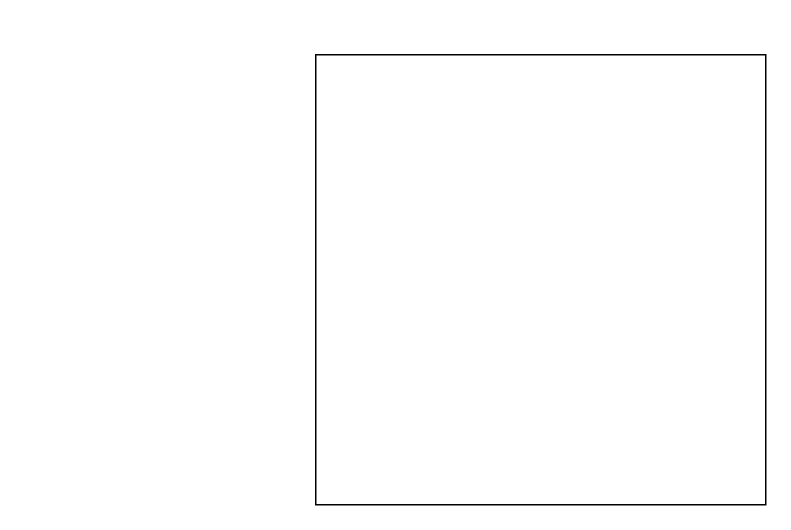
jesusht87/omniSell-API keeps this draw.io diagram as omniSell Diagram.drawio. Above is the earlier version. Source tidied: cells renumbered, new cells numbered last; positions are measured from the earlier drawing's top-left corner, leaving out a move shared by most shapes. Both pictures are drawn from the tidied source at 150%, with x=0, y=0 at pixel (315, 54).
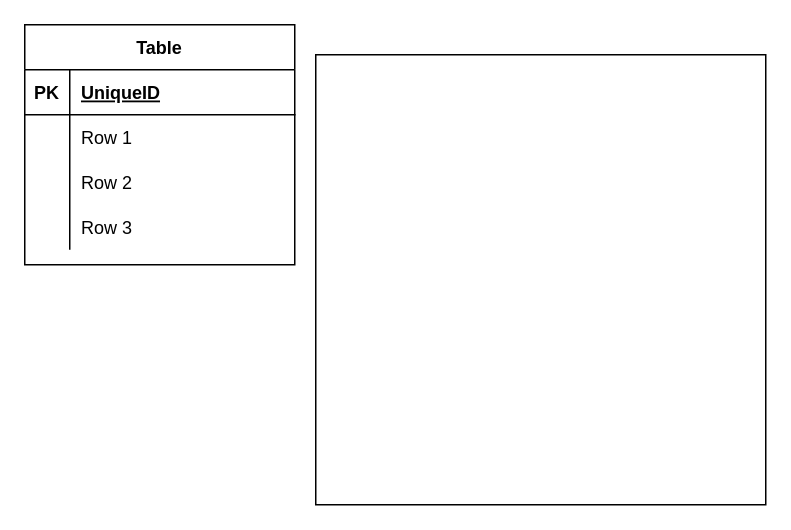
After the change.

Commit message:
Proof of sharing

Diff of the diagram source:
```diff
@@
 <mxGraphModel>
   <root>
     <mxCell id="0" />
     <mxCell id="1" parent="0" />
     <mxCell id="2" style="whiteSpace=wrap;html=1;" parent="1" vertex="1">
       <mxGeometry width="300" height="300" as="geometry" />
     </mxCell>
+    <mxCell id="3" value="Table" style="shape=table;startSize=30;childLayout=tableLayout;rowLines=0;fontStyle=1;align=center;" parent="1" vertex="1">
+      <mxGeometry x="-194" y="-20" width="180" height="160" as="geometry" />
+    </mxCell>
+    <mxCell id="4" style="shape=tableRow;horizontal=0;startSize=0;swimlaneHead=0;swimlaneBody=0;fillColor=none;top=0;left=0;right=0;bottom=1;" parent="3" vertex="1">
+      <mxGeometry y="30" width="180" height="30" as="geometry" />
+    </mxCell>
+    <mxCell id="5" value="PK" style="shape=partialRectangle;fillColor=none;top=0;left=0;bottom=0;right=0;fontStyle=1;overflow=hidden;" parent="4" vertex="1">
+      <mxGeometry width="30" height="30" as="geometry" />
+    </mxCell>
+    <mxCell id="6" value="UniqueID" style="shape=partialRectangle;fillColor=none;top=0;left=0;bottom=0;right=0;align=left;spacingLeft=6;fontStyle=5;overflow=hidden;" parent="4" vertex="1">
+      <mxGeometry x="30" width="150" height="30" as="geometry" />
+    </mxCell>
+    <mxCell id="7" style="shape=tableRow;horizontal=0;startSize=0;swimlaneHead=0;swimlaneBody=0;fillColor=none;top=0;left=0;right=0;bottom=0;" parent="3" vertex="1">
+      <mxGeometry y="60" width="180" height="30" as="geometry" />
+    </mxCell>
+    <mxCell id="8" style="shape=partialRectangle;fillColor=none;top=0;left=0;bottom=0;right=0;overflow=hidden;" parent="7" vertex="1">
+      <mxGeometry width="30" height="30" as="geometry" />
+    </mxCell>
+    <mxCell id="9" value="Row 1" style="shape=partialRectangle;fillColor=none;top=0;left=0;bottom=0;right=0;align=left;spacingLeft=6;overflow=hidden;" parent="7" vertex="1">
+      <mxGeometry x="30" width="150" height="30" as="geometry" />
+    </mxCell>
+    <mxCell id="10" style="shape=tableRow;horizontal=0;startSize=0;swimlaneHead=0;swimlaneBody=0;fillColor=none;top=0;left=0;right=0;bottom=0;" parent="3" vertex="1">
+      <mxGeometry y="90" width="180" height="30" as="geometry" />
+    </mxCell>
+    <mxCell id="11" style="shape=partialRectangle;fillColor=none;top=0;left=0;bottom=0;right=0;overflow=hidden;" parent="10" vertex="1">
+      <mxGeometry width="30" height="30" as="geometry" />
+    </mxCell>
+    <mxCell id="12" value="Row 2" style="shape=partialRectangle;fillColor=none;top=0;left=0;bottom=0;right=0;align=left;spacingLeft=6;overflow=hidden;" parent="10" vertex="1">
+      <mxGeometry x="30" width="150" height="30" as="geometry" />
+    </mxCell>
+    <mxCell id="13" style="shape=tableRow;horizontal=0;startSize=0;swimlaneHead=0;swimlaneBody=0;fillColor=none;top=0;left=0;right=0;bottom=0;" parent="3" vertex="1">
+      <mxGeometry y="120" width="180" height="30" as="geometry" />
+    </mxCell>
+    <mxCell id="14" style="shape=partialRectangle;fillColor=none;top=0;left=0;bottom=0;right=0;overflow=hidden;" parent="13" vertex="1">
+      <mxGeometry width="30" height="30" as="geometry" />
+    </mxCell>
+    <mxCell id="15" value="Row 3" style="shape=partialRectangle;fillColor=none;top=0;left=0;bottom=0;right=0;align=left;spacingLeft=6;overflow=hidden;" parent="13" vertex="1">
+      <mxGeometry x="30" width="150" height="30" as="geometry" />
+    </mxCell>
   </root>
 </mxGraphModel>
```
